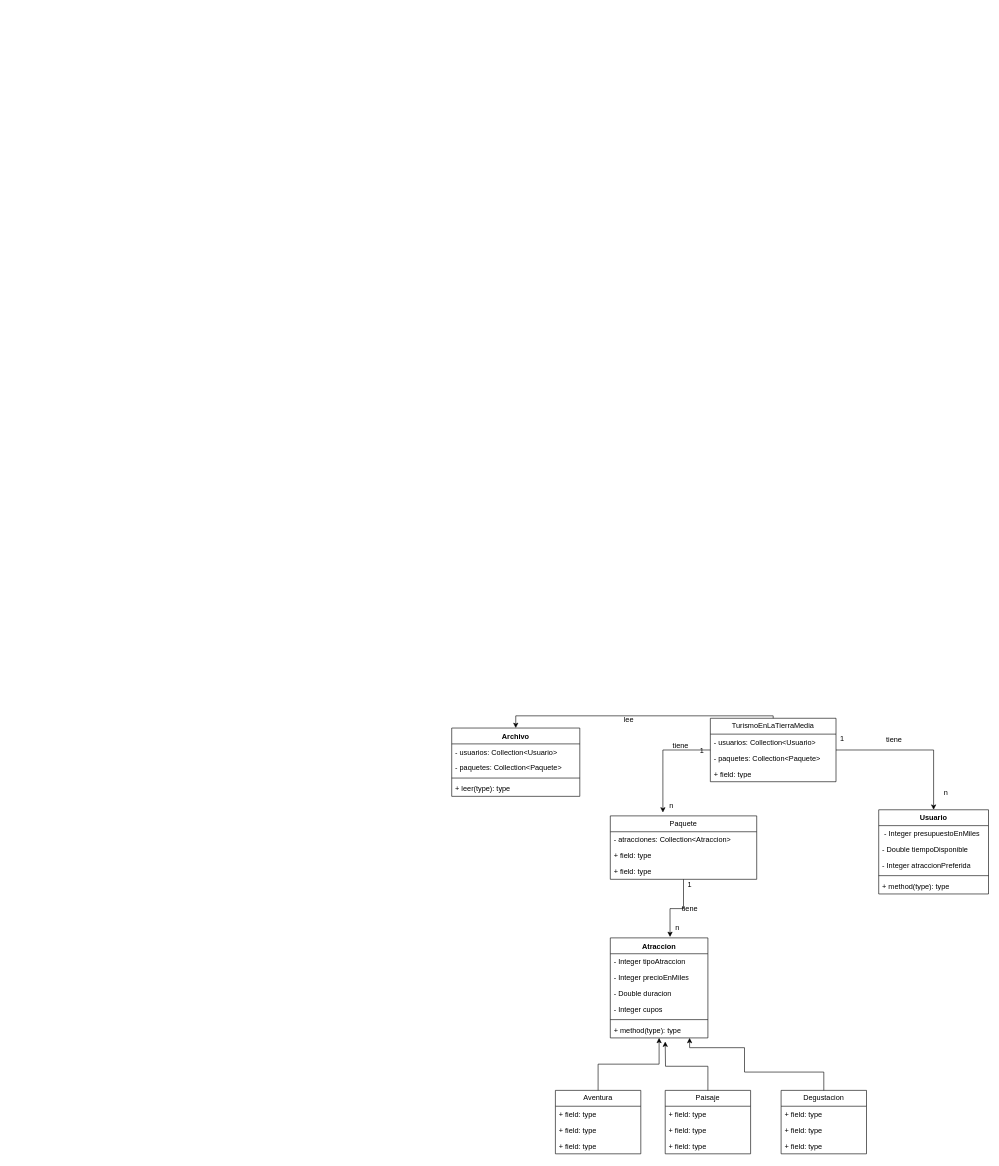
ChristianRojasR/TCP-Programacion-Avanzada keeps this draw.io diagram as ParadigmasBorrador .drawio. Above is the earlier version. Source tidied: cells renumbered, new cells numbered last; positions are measured from the earlier drawing's top-left corner, leaving out a move shared by most shapes. Both pictures are drawn from the tidied source at 61%, with x=0, y=0 at pixel (451, 711).
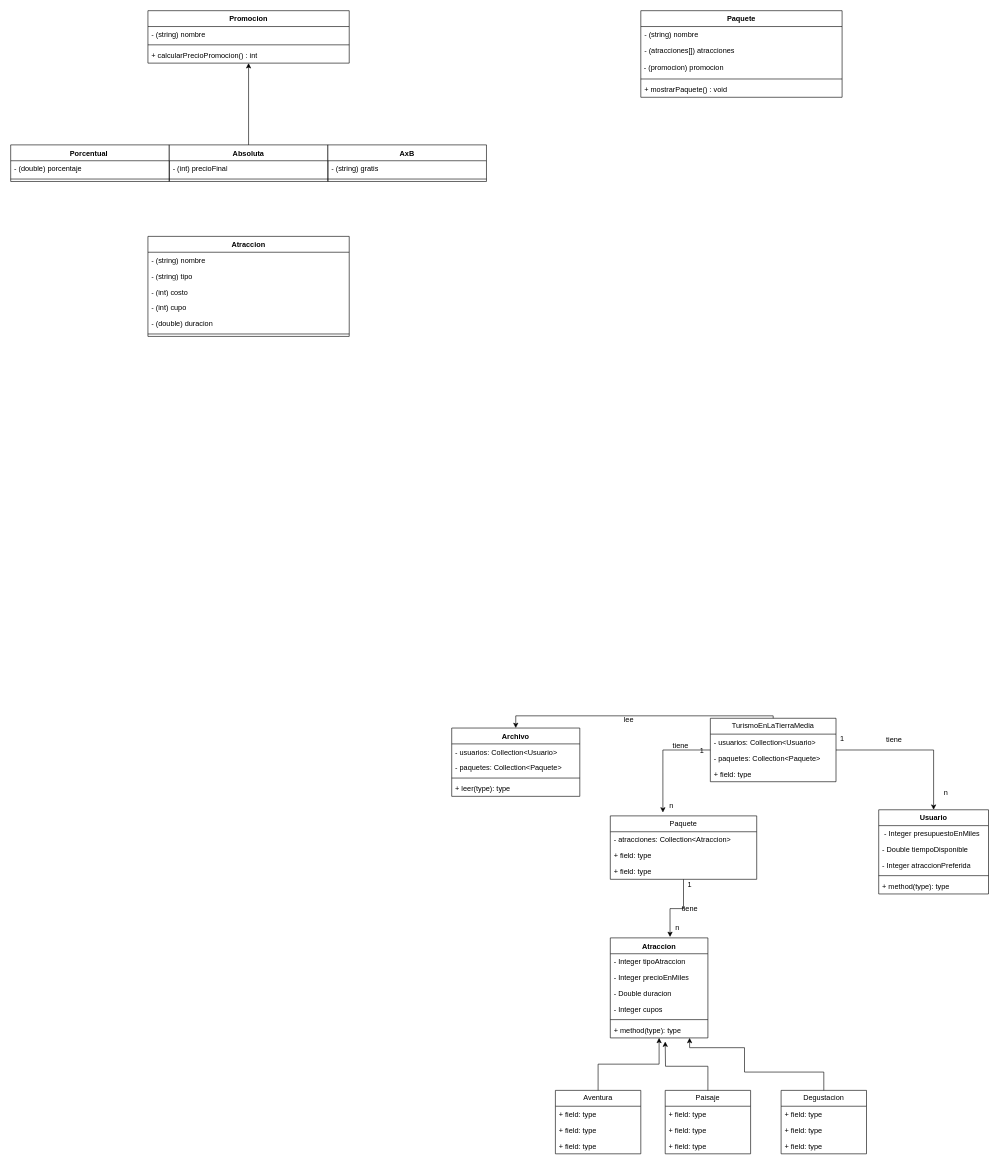
The same page after the edit.

Diff of the diagram source:
```diff
@@
+    <mxCell id="57" value="Paquete" style="swimlane;fontStyle=1;align=center;verticalAlign=top;horizontal=1;startSize=26;whiteSpace=wrap;html=1;" parent="1" vertex="1">
+      <mxGeometry x="310" y="-1148" width="330" height="142" as="geometry" />
+    </mxCell>
+    <mxCell id="58" value="- (string) nombre&lt;br&gt;" style="text;strokeColor=none;fillColor=none;align=left;verticalAlign=top;spacingLeft=4;spacingRight=4;overflow=hidden;whiteSpace=wrap;html=1;" parent="57" vertex="1">
+      <mxGeometry y="26" width="330" height="26" as="geometry" />
+    </mxCell>
+    <mxCell id="59" value="- (atracciones[]) atracciones" style="text;strokeColor=none;fillColor=none;align=left;verticalAlign=top;spacingLeft=4;spacingRight=4;overflow=hidden;whiteSpace=wrap;html=1;" parent="57" vertex="1">
+      <mxGeometry y="52" width="330" height="26" as="geometry" />
+    </mxCell>
+    <mxCell id="60" value="&amp;nbsp;- (promocion) promocion" style="text;html=1;align=left;verticalAlign=middle;strokeColor=none;fillColor=none;" parent="57" vertex="1">
+      <mxGeometry y="78" width="330" height="30" as="geometry" />
+    </mxCell>
+    <mxCell id="61" style="line;strokeWidth=1;fillColor=none;align=left;verticalAlign=middle;spacingTop=-1;spacingLeft=3;spacingRight=3;labelPosition=right;strokeColor=inherit;" parent="57" vertex="1">
+      <mxGeometry y="108" width="330" height="8" as="geometry" />
+    </mxCell>
+    <mxCell id="62" value="+ mostrarPaquete() : void" style="text;strokeColor=none;fillColor=none;align=left;verticalAlign=top;spacingLeft=4;spacingRight=4;overflow=hidden;whiteSpace=wrap;html=1;" parent="57" vertex="1">
+      <mxGeometry y="116" width="330" height="26" as="geometry" />
+    </mxCell>
+    <mxCell id="63" value="Promocion" style="swimlane;fontStyle=1;align=center;verticalAlign=top;horizontal=1;startSize=26;whiteSpace=wrap;html=1;" parent="1" vertex="1">
+      <mxGeometry x="-498" y="-1148" width="330" height="86" as="geometry" />
+    </mxCell>
+    <mxCell id="64" value="- (string) nombre&lt;br&gt;" style="text;strokeColor=none;fillColor=none;align=left;verticalAlign=top;spacingLeft=4;spacingRight=4;overflow=hidden;whiteSpace=wrap;html=1;" parent="63" vertex="1">
+      <mxGeometry y="26" width="330" height="26" as="geometry" />
+    </mxCell>
+    <mxCell id="65" style="line;strokeWidth=1;fillColor=none;align=left;verticalAlign=middle;spacingTop=-1;spacingLeft=3;spacingRight=3;labelPosition=right;strokeColor=inherit;" parent="63" vertex="1">
+      <mxGeometry y="52" width="330" height="8" as="geometry" />
+    </mxCell>
+    <mxCell id="66" value="+ calcularPrecioPromocion() : int" style="text;strokeColor=none;fillColor=none;align=left;verticalAlign=top;spacingLeft=4;spacingRight=4;overflow=hidden;whiteSpace=wrap;html=1;" parent="63" vertex="1">
+      <mxGeometry y="60" width="330" height="26" as="geometry" />
+    </mxCell>
+    <mxCell id="67" value="Porcentual&lt;span style=&quot;white-space: pre;&quot;&gt; &lt;/span&gt;" style="swimlane;fontStyle=1;align=center;verticalAlign=top;horizontal=1;startSize=26;whiteSpace=wrap;html=1;" parent="1" vertex="1">
+      <mxGeometry x="-723" y="-928" width="260" height="60" as="geometry" />
+    </mxCell>
+    <mxCell id="68" value="- (double) porcentaje" style="text;strokeColor=none;fillColor=none;align=left;verticalAlign=top;spacingLeft=4;spacingRight=4;overflow=hidden;whiteSpace=wrap;html=1;" parent="67" vertex="1">
+      <mxGeometry y="26" width="260" height="26" as="geometry" />
+    </mxCell>
+    <mxCell id="69" style="line;strokeWidth=1;fillColor=none;align=left;verticalAlign=middle;spacingTop=-1;spacingLeft=3;spacingRight=3;labelPosition=right;strokeColor=inherit;" parent="67" vertex="1">
+      <mxGeometry y="52" width="260" height="8" as="geometry" />
+    </mxCell>
+    <mxCell id="70" style="edgeStyle=orthogonalEdgeStyle;rounded=0;jettySize=auto;html=1;exitX=0.5;exitY=0;exitDx=0;exitDy=0;entryX=0.5;entryY=1;entryDx=0;entryDy=0;" parent="1" edge="1" source="71" target="63">
+      <mxGeometry relative="1" as="geometry" />
+    </mxCell>
+    <mxCell id="71" value="Absoluta" style="swimlane;fontStyle=1;align=center;verticalAlign=top;horizontal=1;startSize=26;whiteSpace=wrap;html=1;" parent="1" vertex="1">
+      <mxGeometry x="-463" y="-928" width="260" height="60" as="geometry" />
+    </mxCell>
+    <mxCell id="72" value="- (int) precioFinal" style="text;strokeColor=none;fillColor=none;align=left;verticalAlign=top;spacingLeft=4;spacingRight=4;overflow=hidden;whiteSpace=wrap;html=1;" parent="71" vertex="1">
+      <mxGeometry y="26" width="260" height="26" as="geometry" />
+    </mxCell>
+    <mxCell id="73" style="line;strokeWidth=1;fillColor=none;align=left;verticalAlign=middle;spacingTop=-1;spacingLeft=3;spacingRight=3;labelPosition=right;strokeColor=inherit;" parent="71" vertex="1">
+      <mxGeometry y="52" width="260" height="8" as="geometry" />
+    </mxCell>
+    <mxCell id="74" value="AxB" style="swimlane;fontStyle=1;align=center;verticalAlign=top;horizontal=1;startSize=26;whiteSpace=wrap;html=1;" parent="1" vertex="1">
+      <mxGeometry x="-203" y="-928" width="260" height="60" as="geometry" />
+    </mxCell>
+    <mxCell id="75" value="- (string) gratis" style="text;strokeColor=none;fillColor=none;align=left;verticalAlign=top;spacingLeft=4;spacingRight=4;overflow=hidden;whiteSpace=wrap;html=1;" parent="74" vertex="1">
+      <mxGeometry y="26" width="260" height="26" as="geometry" />
+    </mxCell>
+    <mxCell id="76" style="line;strokeWidth=1;fillColor=none;align=left;verticalAlign=middle;spacingTop=-1;spacingLeft=3;spacingRight=3;labelPosition=right;strokeColor=inherit;" parent="74" vertex="1">
+      <mxGeometry y="52" width="260" height="8" as="geometry" />
+    </mxCell>
+    <mxCell id="77" value="Atraccion" style="swimlane;fontStyle=1;align=center;verticalAlign=top;horizontal=1;startSize=26;whiteSpace=wrap;html=1;" parent="1" vertex="1">
+      <mxGeometry x="-498" y="-778" width="330" height="164" as="geometry" />
+    </mxCell>
+    <mxCell id="78" value="- (string) nombre&lt;br&gt;" style="text;strokeColor=none;fillColor=none;align=left;verticalAlign=top;spacingLeft=4;spacingRight=4;overflow=hidden;whiteSpace=wrap;html=1;" parent="77" vertex="1">
+      <mxGeometry y="26" width="330" height="26" as="geometry" />
+    </mxCell>
+    <mxCell id="79" value="- (string) tipo" style="text;strokeColor=none;fillColor=none;align=left;verticalAlign=top;spacingLeft=4;spacingRight=4;overflow=hidden;whiteSpace=wrap;html=1;" parent="77" vertex="1">
+      <mxGeometry y="52" width="330" height="26" as="geometry" />
+    </mxCell>
+    <mxCell id="80" value="- (int) costo" style="text;strokeColor=none;fillColor=none;align=left;verticalAlign=top;spacingLeft=4;spacingRight=4;overflow=hidden;whiteSpace=wrap;html=1;" parent="77" vertex="1">
+      <mxGeometry y="78" width="330" height="26" as="geometry" />
+    </mxCell>
+    <mxCell id="81" value="- (int) cupo" style="text;strokeColor=none;fillColor=none;align=left;verticalAlign=top;spacingLeft=4;spacingRight=4;overflow=hidden;whiteSpace=wrap;html=1;" parent="77" vertex="1">
+      <mxGeometry y="104" width="330" height="26" as="geometry" />
+    </mxCell>
+    <mxCell id="82" value="- (double) duracion" style="text;strokeColor=none;fillColor=none;align=left;verticalAlign=top;spacingLeft=4;spacingRight=4;overflow=hidden;whiteSpace=wrap;html=1;" parent="77" vertex="1">
+      <mxGeometry y="130" width="330" height="26" as="geometry" />
+    </mxCell>
+    <mxCell id="83" style="line;strokeWidth=1;fillColor=none;align=left;verticalAlign=middle;spacingTop=-1;spacingLeft=3;spacingRight=3;labelPosition=right;strokeColor=inherit;" parent="77" vertex="1">
+      <mxGeometry y="156" width="330" height="8" as="geometry" />
+    </mxCell>
```
